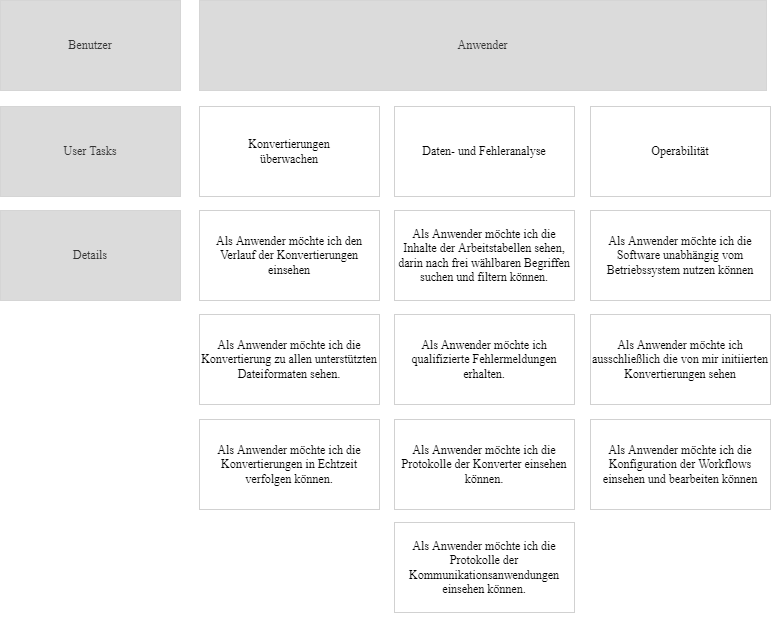
This is storyMap.drawio.png from MikeW2022/Praxisprojekt, a draw.io export, as it was before one commit. Source tidied: cells renumbered, new cells last; positions are measured from the earlier drawing's top-left corner, leaving out a move shared by most shapes.
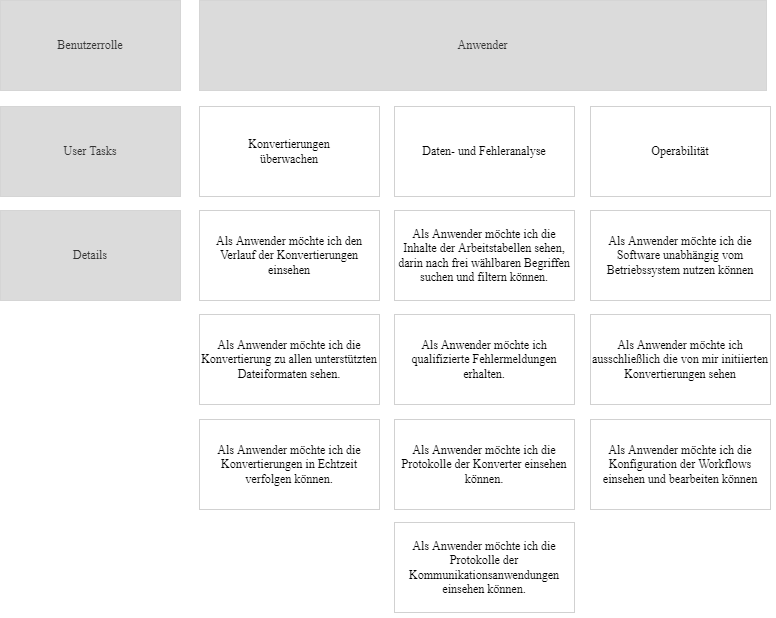
Above is the later version.

Change to the diagram source:
```diff
@@ -2,7 +2,7 @@
   <root>
     <mxCell id="0" />
     <mxCell id="1" parent="0" />
-    <mxCell id="2" value="Benutzer" style="rounded=0;whiteSpace=wrap;html=1;fillColor=#DBDBDB;fontColor=#333333;strokeColor=#666666;fontFamily=Times New Roman;fontSize=12;strokeWidth=0;" parent="1" vertex="1">
+    <mxCell id="2" value="Benutzerrolle" style="rounded=0;whiteSpace=wrap;html=1;fillColor=#DBDBDB;fontColor=#333333;strokeColor=#666666;fontFamily=Times New Roman;fontSize=12;strokeWidth=0;" parent="1" vertex="1">
       <mxGeometry width="180" height="90" as="geometry" />
     </mxCell>
     <mxCell id="3" value="User Tasks" style="rounded=0;whiteSpace=wrap;html=1;fontFamily=Times New Roman;fillColor=#DBDBDB;fontColor=#333333;strokeColor=#666666;fontSize=12;strokeWidth=0;" parent="1" vertex="1">
```
